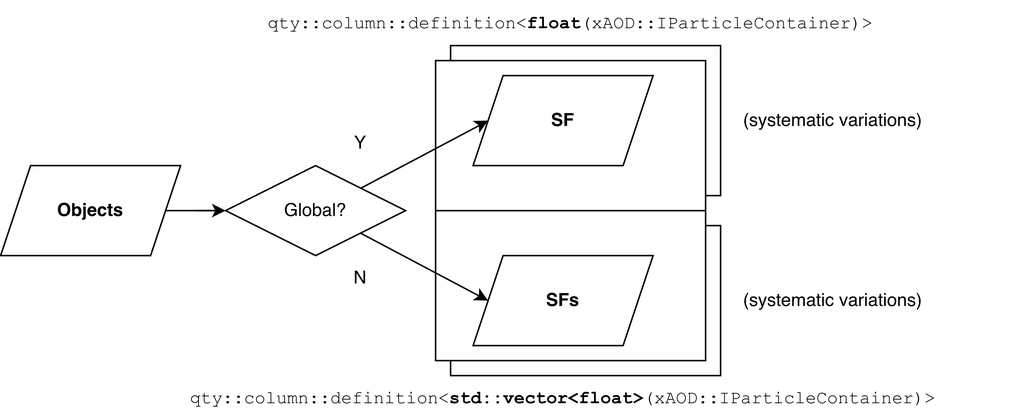
Before: eventloop_vs_dataflow.drawio.png, a diagram exported from draw.io (taehyounpark/draw-io-diagrams). Source tidied: cells renumbered, new cells last; positions are measured from the earlier drawing's top-left corner, leaving out a move shared by most shapes. Its diagram source:
```xml
<mxGraphModel>
  <root>
    <mxCell id="0" />
    <mxCell id="1" parent="0" />
    <mxCell id="2" value="X" style="rounded=0;whiteSpace=wrap;html=1;" parent="1" vertex="1">
      <mxGeometry x="300" y="150" width="180" height="100" as="geometry" />
    </mxCell>
    <mxCell id="3" style="rounded=0;whiteSpace=wrap;html=1;" parent="1" vertex="1">
      <mxGeometry x="300" y="30" width="180" height="100" as="geometry" />
    </mxCell>
    <mxCell id="4" style="rounded=0;whiteSpace=wrap;html=1;" parent="1" vertex="1">
      <mxGeometry x="290" y="140" width="180" height="100" as="geometry" />
    </mxCell>
    <mxCell id="5" style="rounded=0;whiteSpace=wrap;html=1;" parent="1" vertex="1">
      <mxGeometry x="290" y="40" width="180" height="100" as="geometry" />
    </mxCell>
    <mxCell id="6" style="rhombus;whiteSpace=wrap;html=1;" parent="1" vertex="1">
      <mxGeometry x="150" y="110" width="120" height="60" as="geometry" />
    </mxCell>
    <mxCell id="7" style="shape=parallelogram;perimeter=parallelogramPerimeter;whiteSpace=wrap;html=1;fixedSize=1;" parent="1" vertex="1">
      <mxGeometry x="315" y="170" width="120" height="60" as="geometry" />
    </mxCell>
    <mxCell id="8" style="endArrow=classic;html=1;rounded=0;exitX=1;exitY=0;exitDx=0;exitDy=0;entryX=0;entryY=0.5;entryDx=0;entryDy=0;" parent="1" edge="1" source="6">
      <mxGeometry relative="1" as="geometry">
        <mxPoint x="325" y="80" as="targetPoint" />
      </mxGeometry>
    </mxCell>
    <mxCell id="9" style="endArrow=classic;html=1;rounded=0;exitX=1;exitY=1;exitDx=0;exitDy=0;entryX=0;entryY=0.5;entryDx=0;entryDy=0;" parent="1" edge="1" source="6" target="7">
      <mxGeometry relative="1" as="geometry" />
    </mxCell>
    <mxCell id="10" value="Global?" style="text;html=1;align=center;verticalAlign=middle;whiteSpace=wrap;rounded=0;" parent="1" vertex="1">
      <mxGeometry x="180" y="125" width="60" height="30" as="geometry" />
    </mxCell>
    <mxCell id="11" value="&lt;font&gt;&lt;b&gt;SFs&lt;/b&gt;&lt;/font&gt;" style="text;html=1;align=center;verticalAlign=middle;whiteSpace=wrap;rounded=0;fontFamily=Helvetica;" parent="1" vertex="1">
      <mxGeometry x="345" y="185" width="60" height="30" as="geometry" />
    </mxCell>
    <mxCell id="12" style="shape=parallelogram;perimeter=parallelogramPerimeter;whiteSpace=wrap;html=1;fixedSize=1;" parent="1" vertex="1">
      <mxGeometry x="315" y="50" width="120" height="60" as="geometry" />
    </mxCell>
    <mxCell id="13" value="&lt;font&gt;&lt;b&gt;SF&lt;/b&gt;&lt;/font&gt;" style="text;html=1;align=center;verticalAlign=middle;whiteSpace=wrap;rounded=0;fontFamily=Helvetica;" parent="1" vertex="1">
      <mxGeometry x="345" y="65" width="60" height="30" as="geometry" />
    </mxCell>
    <mxCell id="14" style="group;fontStyle=1;" parent="1" vertex="1">
      <mxGeometry y="110" width="120" height="60" as="geometry" />
    </mxCell>
    <mxCell id="15" style="shape=parallelogram;perimeter=parallelogramPerimeter;whiteSpace=wrap;html=1;fixedSize=1;" parent="14" vertex="1">
      <mxGeometry width="120" height="60" as="geometry" />
    </mxCell>
    <mxCell id="16" value="&lt;b&gt;Objects&lt;/b&gt;" style="text;html=1;align=center;verticalAlign=middle;whiteSpace=wrap;rounded=0;" parent="14" vertex="1">
      <mxGeometry x="30" y="15" width="60" height="30" as="geometry" />
    </mxCell>
    <mxCell id="17" style="edgeStyle=orthogonalEdgeStyle;rounded=0;jettySize=auto;html=1;exitX=1;exitY=0.5;exitDx=0;exitDy=0;entryX=0;entryY=0.5;entryDx=0;entryDy=0;" parent="1" edge="1" source="15" target="6">
      <mxGeometry relative="1" as="geometry" />
    </mxCell>
    <mxCell id="18" value="Y" style="text;html=1;align=center;verticalAlign=middle;whiteSpace=wrap;rounded=0;" parent="1" vertex="1">
      <mxGeometry x="210" y="80" width="60" height="30" as="geometry" />
    </mxCell>
    <mxCell id="19" value="N" style="text;html=1;align=center;verticalAlign=middle;whiteSpace=wrap;rounded=0;" parent="1" vertex="1">
      <mxGeometry x="210" y="170" width="60" height="30" as="geometry" />
    </mxCell>
    <mxCell id="20" value="&lt;font face=&quot;Courier New&quot;&gt;qty::column::definition&amp;lt;&lt;b&gt;std::vector&amp;lt;float&amp;gt;&lt;/b&gt;(xAOD::IParticleContainer)&amp;gt;&lt;/font&gt;" style="text;html=1;align=center;verticalAlign=middle;whiteSpace=wrap;rounded=0;" parent="1" vertex="1">
      <mxGeometry x="75" y="250" width="600" height="30" as="geometry" />
    </mxCell>
    <mxCell id="21" value="&lt;font face=&quot;Courier New&quot;&gt;qty::column::definition&amp;lt;&lt;b&gt;float&lt;/b&gt;(xAOD::IParticleContainer)&amp;gt;&lt;/font&gt;" style="text;html=1;align=center;verticalAlign=middle;whiteSpace=wrap;rounded=0;" parent="1" vertex="1">
      <mxGeometry x="350" width="60" height="30" as="geometry" />
    </mxCell>
    <mxCell id="22" value="(systematic variations)" style="text;html=1;align=center;verticalAlign=middle;whiteSpace=wrap;rounded=0;" parent="1" vertex="1">
      <mxGeometry x="480" y="185" width="150" height="30" as="geometry" />
    </mxCell>
    <mxCell id="23" value="(systematic variations)" style="text;html=1;align=center;verticalAlign=middle;whiteSpace=wrap;rounded=0;" parent="1" vertex="1">
      <mxGeometry x="480" y="65" width="150" height="30" as="geometry" />
    </mxCell>
  </root>
</mxGraphModel>
```
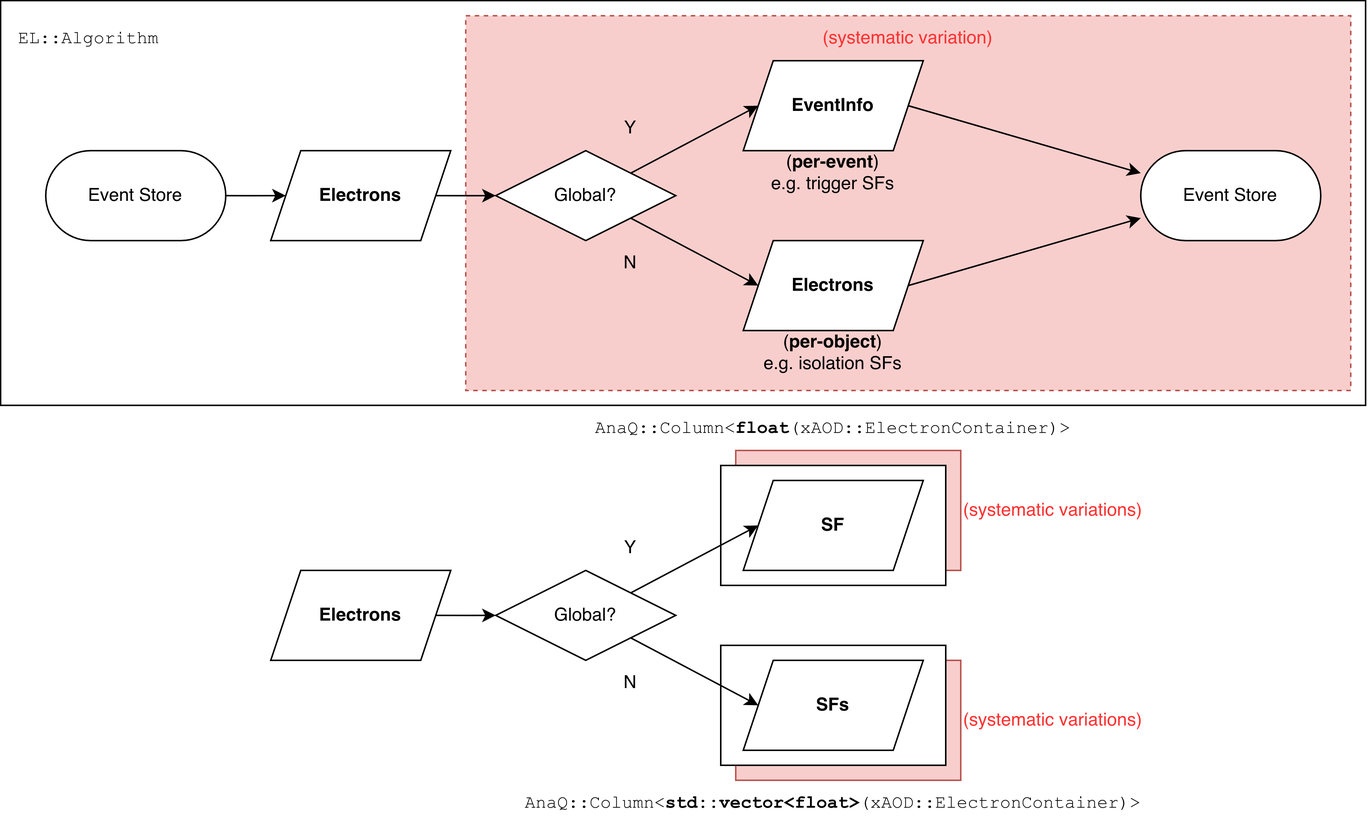
The same diagram one commit later.

What changed in the source:
```diff
@@ -2,73 +2,150 @@
   <root>
     <mxCell id="0" />
     <mxCell id="1" parent="0" />
+    <mxCell id="24" style="rounded=0;whiteSpace=wrap;html=1;" parent="1" vertex="1">
+      <mxGeometry x="-180" y="-270" width="910" height="270" as="geometry" />
+    </mxCell>
+    <mxCell id="25" style="rounded=0;whiteSpace=wrap;html=1;dashed=1;fillColor=#f8cecc;strokeColor=#b85450;" parent="1" vertex="1">
+      <mxGeometry x="130" y="-260" width="590" height="250" as="geometry" />
+    </mxCell>
-    <mxCell id="2" value="X" style="rounded=0;whiteSpace=wrap;html=1;" parent="1" vertex="1">
-      <mxGeometry x="300" y="150" width="180" height="100" as="geometry" />
+    <mxCell id="2" value="X" style="rounded=0;whiteSpace=wrap;html=1;fillColor=#f8cecc;strokeColor=#b85450;" parent="1" vertex="1">
+      <mxGeometry x="310" y="170" width="150" height="80" as="geometry" />
     </mxCell>
-    <mxCell id="3" style="rounded=0;whiteSpace=wrap;html=1;" parent="1" vertex="1">
-      <mxGeometry x="300" y="30" width="180" height="100" as="geometry" />
-    </mxCell>
-    <mxCell id="4" style="rounded=0;whiteSpace=wrap;html=1;" parent="1" vertex="1">
-      <mxGeometry x="290" y="140" width="180" height="100" as="geometry" />
-    </mxCell>
-    <mxCell id="5" style="rounded=0;whiteSpace=wrap;html=1;" parent="1" vertex="1">
-      <mxGeometry x="290" y="40" width="180" height="100" as="geometry" />
-    </mxCell>
-    <mxCell id="6" style="rhombus;whiteSpace=wrap;html=1;" parent="1" vertex="1">
-      <mxGeometry x="150" y="110" width="120" height="60" as="geometry" />
-    </mxCell>
-    <mxCell id="7" style="shape=parallelogram;perimeter=parallelogramPerimeter;whiteSpace=wrap;html=1;fixedSize=1;" parent="1" vertex="1">
-      <mxGeometry x="315" y="170" width="120" height="60" as="geometry" />
-    </mxCell>
-    <mxCell id="8" style="endArrow=classic;html=1;rounded=0;exitX=1;exitY=0;exitDx=0;exitDy=0;entryX=0;entryY=0.5;entryDx=0;entryDy=0;" parent="1" edge="1" source="6">
-      <mxGeometry relative="1" as="geometry">
-        <mxPoint x="325" y="80" as="targetPoint" />
-      </mxGeometry>
-    </mxCell>
-    <mxCell id="9" style="endArrow=classic;html=1;rounded=0;exitX=1;exitY=1;exitDx=0;exitDy=0;entryX=0;entryY=0.5;entryDx=0;entryDy=0;" parent="1" edge="1" source="6" target="7">
-      <mxGeometry relative="1" as="geometry" />
-    </mxCell>
-    <mxCell id="10" value="Global?" style="text;html=1;align=center;verticalAlign=middle;whiteSpace=wrap;rounded=0;" parent="1" vertex="1">
-      <mxGeometry x="180" y="125" width="60" height="30" as="geometry" />
-    </mxCell>
+    <mxCell id="26" style="rounded=0;whiteSpace=wrap;html=1;fillColor=#f8cecc;strokeColor=#b85450;" parent="1" vertex="1">
+      <mxGeometry x="310" y="30" width="150" height="80" as="geometry" />
+    </mxCell>
+    <mxCell id="27" style="rounded=0;whiteSpace=wrap;html=1;" parent="1" vertex="1">
+      <mxGeometry x="300" y="160" width="150" height="80" as="geometry" />
+    </mxCell>
+    <mxCell id="28" style="rounded=0;whiteSpace=wrap;html=1;" parent="1" vertex="1">
+      <mxGeometry x="300" y="40" width="150" height="80" as="geometry" />
+    </mxCell>
+    <mxCell id="29" style="rhombus;whiteSpace=wrap;html=1;" parent="1" vertex="1">
+      <mxGeometry x="150" y="-170" width="120" height="60" as="geometry" />
+    </mxCell>
+    <mxCell id="30" style="rounded=0;jettySize=auto;html=1;exitX=1;exitY=0.5;exitDx=0;exitDy=0;entryX=0;entryY=0.75;entryDx=0;entryDy=0;" parent="1" edge="1" source="31" target="50">
+      <mxGeometry relative="1" as="geometry" />
+    </mxCell>
+    <mxCell id="31" style="shape=parallelogram;perimeter=parallelogramPerimeter;whiteSpace=wrap;html=1;fixedSize=1;" parent="1" vertex="1">
+      <mxGeometry x="315" y="-110" width="120" height="60" as="geometry" />
+    </mxCell>
+    <mxCell id="32" style="endArrow=classic;html=1;rounded=0;exitX=1;exitY=0;exitDx=0;exitDy=0;entryX=0;entryY=0.5;entryDx=0;entryDy=0;" parent="1" edge="1" source="29">
+      <mxGeometry relative="1" as="geometry">
+        <mxPoint x="325" y="-200" as="targetPoint" />
+      </mxGeometry>
+    </mxCell>
+    <mxCell id="33" style="endArrow=classic;html=1;rounded=0;exitX=1;exitY=1;exitDx=0;exitDy=0;entryX=0;entryY=0.5;entryDx=0;entryDy=0;" parent="1" edge="1" source="29" target="31">
+      <mxGeometry relative="1" as="geometry" />
+    </mxCell>
+    <mxCell id="34" value="Global?" style="text;html=1;align=center;verticalAlign=middle;whiteSpace=wrap;rounded=0;" parent="1" vertex="1">
+      <mxGeometry x="180" y="-155" width="60" height="30" as="geometry" />
+    </mxCell>
+    <mxCell id="35" value="&lt;b&gt;Electrons&lt;/b&gt;" style="text;html=1;align=center;verticalAlign=middle;whiteSpace=wrap;rounded=0;" parent="1" vertex="1">
+      <mxGeometry x="345" y="-95" width="60" height="30" as="geometry" />
+    </mxCell>
+    <mxCell id="36" style="rounded=0;jettySize=auto;html=1;exitX=1;exitY=0.5;exitDx=0;exitDy=0;entryX=0;entryY=0.25;entryDx=0;entryDy=0;" parent="1" edge="1" source="37" target="50">
+      <mxGeometry relative="1" as="geometry" />
+    </mxCell>
+    <mxCell id="37" style="shape=parallelogram;perimeter=parallelogramPerimeter;whiteSpace=wrap;html=1;fixedSize=1;" parent="1" vertex="1">
+      <mxGeometry x="315" y="-230" width="120" height="60" as="geometry" />
+    </mxCell>
+    <mxCell id="38" value="&lt;b&gt;EventInfo&lt;br&gt;&lt;/b&gt;" style="text;html=1;align=center;verticalAlign=middle;whiteSpace=wrap;rounded=0;" parent="1" vertex="1">
+      <mxGeometry x="345" y="-215" width="60" height="30" as="geometry" />
+    </mxCell>
+    <mxCell id="39" value="(&lt;b&gt;per-object&lt;/b&gt;)&lt;br&gt;e.g. isolation SFs" style="text;html=1;align=center;verticalAlign=middle;whiteSpace=wrap;rounded=0;" parent="1" vertex="1">
+      <mxGeometry x="255" y="-50" width="240" height="30" as="geometry" />
+    </mxCell>
+    <mxCell id="40" value="(&lt;b&gt;per-event&lt;/b&gt;)&lt;br&gt;e.g. trigger SFs" style="text;html=1;align=center;verticalAlign=middle;whiteSpace=wrap;rounded=0;" parent="1" vertex="1">
+      <mxGeometry x="255" y="-170" width="240" height="30" as="geometry" />
+    </mxCell>
+    <mxCell id="41" value="&lt;font face=&quot;Courier New&quot;&gt;EL::Algorithm&lt;/font&gt;" style="text;html=1;align=left;verticalAlign=middle;whiteSpace=wrap;rounded=0;" parent="1" vertex="1">
+      <mxGeometry x="-170" y="-260" width="360" height="30" as="geometry" />
+    </mxCell>
+    <mxCell id="42" style="group;fontStyle=0;" parent="1" vertex="1">
+      <mxGeometry y="-170" width="120" height="60" as="geometry" />
+    </mxCell>
+    <mxCell id="43" style="shape=parallelogram;perimeter=parallelogramPerimeter;whiteSpace=wrap;html=1;fixedSize=1;" parent="42" vertex="1">
+      <mxGeometry width="120" height="60" as="geometry" />
+    </mxCell>
+    <mxCell id="44" value="&lt;b&gt;Electrons&lt;/b&gt;" style="text;html=1;align=center;verticalAlign=middle;whiteSpace=wrap;rounded=0;" parent="42" vertex="1">
+      <mxGeometry x="30" y="15" width="60" height="30" as="geometry" />
+    </mxCell>
+    <mxCell id="45" style="edgeStyle=orthogonalEdgeStyle;rounded=0;jettySize=auto;html=1;exitX=1;exitY=0.5;exitDx=0;exitDy=0;entryX=0;entryY=0.5;entryDx=0;entryDy=0;" parent="1" edge="1" source="46" target="43">
+      <mxGeometry relative="1" as="geometry" />
+    </mxCell>
+    <mxCell id="46" value="Event Store" style="rounded=1;whiteSpace=wrap;html=1;arcSize=50;" parent="1" vertex="1">
+      <mxGeometry x="-150" y="-170" width="120" height="60" as="geometry" />
+    </mxCell>
+    <mxCell id="47" style="edgeStyle=orthogonalEdgeStyle;rounded=0;jettySize=auto;html=1;exitX=1;exitY=0.5;exitDx=0;exitDy=0;entryX=0;entryY=0.5;entryDx=0;entryDy=0;" parent="1" edge="1" source="43" target="29">
+      <mxGeometry relative="1" as="geometry" />
+    </mxCell>
+    <mxCell id="48" value="Y" style="text;html=1;align=center;verticalAlign=middle;whiteSpace=wrap;rounded=0;" parent="1" vertex="1">
+      <mxGeometry x="210" y="-200" width="60" height="30" as="geometry" />
+    </mxCell>
+    <mxCell id="49" value="N" style="text;html=1;align=center;verticalAlign=middle;whiteSpace=wrap;rounded=0;" parent="1" vertex="1">
+      <mxGeometry x="210" y="-110" width="60" height="30" as="geometry" />
+    </mxCell>
+    <mxCell id="50" value="Event Store" style="rounded=1;whiteSpace=wrap;html=1;arcSize=50;" parent="1" vertex="1">
+      <mxGeometry x="580" y="-170" width="120" height="60" as="geometry" />
+    </mxCell>
+    <mxCell id="51" value="(systematic variation)" style="text;align=center;verticalAlign=middle;whiteSpace=wrap;rounded=0;fontColor=#FF3333;" parent="1" vertex="1">
+      <mxGeometry x="285" y="-250" width="280" height="10" as="geometry" />
+    </mxCell>
+    <mxCell id="52" style="rhombus;whiteSpace=wrap;html=1;" parent="1" vertex="1">
+      <mxGeometry x="150" y="110" width="120" height="60" as="geometry" />
+    </mxCell>
+    <mxCell id="53" style="shape=parallelogram;perimeter=parallelogramPerimeter;whiteSpace=wrap;html=1;fixedSize=1;" parent="1" vertex="1">
+      <mxGeometry x="315" y="170" width="120" height="60" as="geometry" />
+    </mxCell>
+    <mxCell id="54" style="endArrow=classic;html=1;rounded=0;exitX=1;exitY=0;exitDx=0;exitDy=0;entryX=0;entryY=0.5;entryDx=0;entryDy=0;" parent="1" edge="1" source="52">
+      <mxGeometry relative="1" as="geometry">
+        <mxPoint x="325" y="80" as="targetPoint" />
+      </mxGeometry>
+    </mxCell>
+    <mxCell id="55" style="endArrow=classic;html=1;rounded=0;exitX=1;exitY=1;exitDx=0;exitDy=0;entryX=0;entryY=0.5;entryDx=0;entryDy=0;" parent="1" edge="1" source="52" target="53">
+      <mxGeometry relative="1" as="geometry" />
+    </mxCell>
+    <mxCell id="56" value="Global?" style="text;html=1;align=center;verticalAlign=middle;whiteSpace=wrap;rounded=0;" parent="1" vertex="1">
+      <mxGeometry x="180" y="125" width="60" height="30" as="geometry" />
+    </mxCell>
     <mxCell id="11" value="&lt;font&gt;&lt;b&gt;SFs&lt;/b&gt;&lt;/font&gt;" style="text;html=1;align=center;verticalAlign=middle;whiteSpace=wrap;rounded=0;fontFamily=Helvetica;" parent="1" vertex="1">
       <mxGeometry x="345" y="185" width="60" height="30" as="geometry" />
     </mxCell>
-    <mxCell id="12" style="shape=parallelogram;perimeter=parallelogramPerimeter;whiteSpace=wrap;html=1;fixedSize=1;" parent="1" vertex="1">
-      <mxGeometry x="315" y="50" width="120" height="60" as="geometry" />
-    </mxCell>
+    <mxCell id="57" style="shape=parallelogram;perimeter=parallelogramPerimeter;whiteSpace=wrap;html=1;fixedSize=1;" parent="1" vertex="1">
+      <mxGeometry x="315" y="50" width="120" height="60" as="geometry" />
+    </mxCell>
     <mxCell id="13" value="&lt;font&gt;&lt;b&gt;SF&lt;/b&gt;&lt;/font&gt;" style="text;html=1;align=center;verticalAlign=middle;whiteSpace=wrap;rounded=0;fontFamily=Helvetica;" parent="1" vertex="1">
       <mxGeometry x="345" y="65" width="60" height="30" as="geometry" />
     </mxCell>
-    <mxCell id="14" style="group;fontStyle=1;" parent="1" vertex="1">
-      <mxGeometry y="110" width="120" height="60" as="geometry" />
-    </mxCell>
-    <mxCell id="15" style="shape=parallelogram;perimeter=parallelogramPerimeter;whiteSpace=wrap;html=1;fixedSize=1;" parent="14" vertex="1">
-      <mxGeometry width="120" height="60" as="geometry" />
-    </mxCell>
-    <mxCell id="16" value="&lt;b&gt;Objects&lt;/b&gt;" style="text;html=1;align=center;verticalAlign=middle;whiteSpace=wrap;rounded=0;" parent="14" vertex="1">
-      <mxGeometry x="30" y="15" width="60" height="30" as="geometry" />
-    </mxCell>
-    <mxCell id="17" style="edgeStyle=orthogonalEdgeStyle;rounded=0;jettySize=auto;html=1;exitX=1;exitY=0.5;exitDx=0;exitDy=0;entryX=0;entryY=0.5;entryDx=0;entryDy=0;" parent="1" edge="1" source="15" target="6">
-      <mxGeometry relative="1" as="geometry" />
-    </mxCell>
-    <mxCell id="18" value="Y" style="text;html=1;align=center;verticalAlign=middle;whiteSpace=wrap;rounded=0;" parent="1" vertex="1">
-      <mxGeometry x="210" y="80" width="60" height="30" as="geometry" />
-    </mxCell>
-    <mxCell id="19" value="N" style="text;html=1;align=center;verticalAlign=middle;whiteSpace=wrap;rounded=0;" parent="1" vertex="1">
-      <mxGeometry x="210" y="170" width="60" height="30" as="geometry" />
-    </mxCell>
-    <mxCell id="20" value="&lt;font face=&quot;Courier New&quot;&gt;qty::column::definition&amp;lt;&lt;b&gt;std::vector&amp;lt;float&amp;gt;&lt;/b&gt;(xAOD::IParticleContainer)&amp;gt;&lt;/font&gt;" style="text;html=1;align=center;verticalAlign=middle;whiteSpace=wrap;rounded=0;" parent="1" vertex="1">
-      <mxGeometry x="75" y="250" width="600" height="30" as="geometry" />
-    </mxCell>
-    <mxCell id="21" value="&lt;font face=&quot;Courier New&quot;&gt;qty::column::definition&amp;lt;&lt;b&gt;float&lt;/b&gt;(xAOD::IParticleContainer)&amp;gt;&lt;/font&gt;" style="text;html=1;align=center;verticalAlign=middle;whiteSpace=wrap;rounded=0;" parent="1" vertex="1">
-      <mxGeometry x="350" width="60" height="30" as="geometry" />
-    </mxCell>
-    <mxCell id="22" value="(systematic variations)" style="text;html=1;align=center;verticalAlign=middle;whiteSpace=wrap;rounded=0;" parent="1" vertex="1">
-      <mxGeometry x="480" y="185" width="150" height="30" as="geometry" />
-    </mxCell>
-    <mxCell id="23" value="(systematic variations)" style="text;html=1;align=center;verticalAlign=middle;whiteSpace=wrap;rounded=0;" parent="1" vertex="1">
-      <mxGeometry x="480" y="65" width="150" height="30" as="geometry" />
-    </mxCell>
+    <mxCell id="58" style="group;fontStyle=1;" parent="1" vertex="1">
+      <mxGeometry y="110" width="120" height="60" as="geometry" />
+    </mxCell>
+    <mxCell id="59" style="shape=parallelogram;perimeter=parallelogramPerimeter;whiteSpace=wrap;html=1;fixedSize=1;" parent="58" vertex="1">
+      <mxGeometry width="120" height="60" as="geometry" />
+    </mxCell>
+    <mxCell id="60" value="&lt;b&gt;Electrons&lt;/b&gt;" style="text;html=1;align=center;verticalAlign=middle;whiteSpace=wrap;rounded=0;" parent="58" vertex="1">
+      <mxGeometry x="30" y="15" width="60" height="30" as="geometry" />
+    </mxCell>
+    <mxCell id="61" style="edgeStyle=orthogonalEdgeStyle;rounded=0;jettySize=auto;html=1;exitX=1;exitY=0.5;exitDx=0;exitDy=0;entryX=0;entryY=0.5;entryDx=0;entryDy=0;" parent="1" edge="1" source="59" target="52">
+      <mxGeometry relative="1" as="geometry" />
+    </mxCell>
+    <mxCell id="62" value="Y" style="text;html=1;align=center;verticalAlign=middle;whiteSpace=wrap;rounded=0;" parent="1" vertex="1">
+      <mxGeometry x="210" y="80" width="60" height="30" as="geometry" />
+    </mxCell>
+    <mxCell id="63" value="N" style="text;html=1;align=center;verticalAlign=middle;whiteSpace=wrap;rounded=0;" parent="1" vertex="1">
+      <mxGeometry x="210" y="170" width="60" height="30" as="geometry" />
+    </mxCell>
+    <mxCell id="64" value="&lt;font face=&quot;Courier New&quot;&gt;AnaQ::Column&amp;lt;&lt;b&gt;std::vector&amp;lt;float&amp;gt;&lt;/b&gt;(xAOD::ElectronContainer)&amp;gt;&lt;/font&gt;" style="text;html=1;align=center;verticalAlign=middle;whiteSpace=wrap;rounded=0;" parent="1" vertex="1">
+      <mxGeometry x="75" y="250" width="600" height="30" as="geometry" />
+    </mxCell>
+    <mxCell id="65" value="&lt;font face=&quot;Courier New&quot;&gt;AnaQ::Column&amp;lt;&lt;b&gt;float&lt;/b&gt;(xAOD::ElectronContainer)&amp;gt;&lt;/font&gt;" style="text;html=1;align=center;verticalAlign=middle;whiteSpace=wrap;rounded=0;" parent="1" vertex="1">
+      <mxGeometry x="345" width="60" height="30" as="geometry" />
+    </mxCell>
+    <mxCell id="66" value="(systematic variations)" style="text;html=1;align=left;verticalAlign=middle;whiteSpace=wrap;rounded=0;fontColor=#FF3333;" parent="1" vertex="1">
+      <mxGeometry x="460" y="195" width="150" height="30" as="geometry" />
+    </mxCell>
+    <mxCell id="67" value="(systematic variations)" style="text;html=1;align=left;verticalAlign=middle;whiteSpace=wrap;rounded=0;fontColor=#FF3333;" parent="1" vertex="1">
+      <mxGeometry x="460" y="55" width="150" height="30" as="geometry" />
+    </mxCell>
   </root>
 </mxGraphModel>
```
